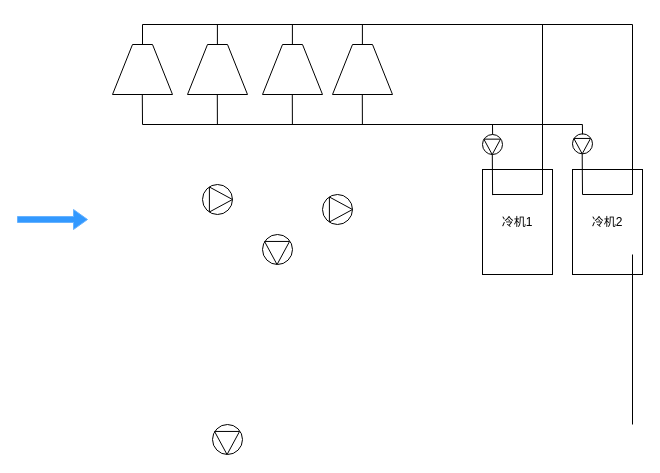
Szh619/test keeps this draw.io diagram as 未命名绘图.drawio. Above is the earlier version. Source tidied: cells renumbered, new cells numbered last; positions are measured from the earlier drawing's top-left corner, leaving out a move shared by most shapes. Both pictures are drawn from the tidied source at 100%, with x=0, y=0 at pixel (42, 24).
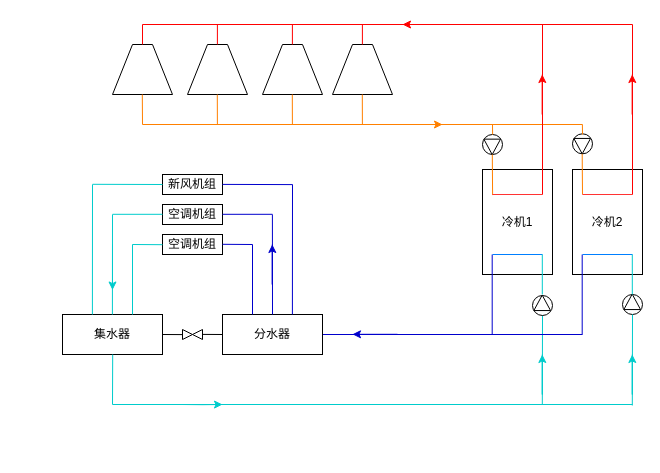
The same diagram, later.

Commit message:
更新未命名绘图.drawio

Unchanged cells that the change refers to:
```xml
<mxCell id="18" style="shape=trapezoid;perimeter=trapezoidPerimeter;whiteSpace=wrap;html=1;fixedSize=1;strokeColor=#000000;fillColor=#FFFFFF;" parent="1" vertex="1">
  <mxGeometry x="70" y="20" width="60" height="50" as="geometry" />
</mxCell>
<mxCell id="36" style="triangle;whiteSpace=wrap;html=1;strokeColor=#000000;fillColor=#FFFFFF;rotation=90;" parent="34" vertex="1">
  <mxGeometry x="2" y="4" width="15.4" height="16.7" as="geometry" />
</mxCell>
```

Diff of the diagram source:
```diff
@@
-    <mxCell id="2" style="shape=singleArrow;direction=north;whiteSpace=wrap;html=1;strokeColor=#66B2FF;fillColor=#3399FF;rotation=90;" parent="1" vertex="1">
-      <mxGeometry y="160" width="20" height="70" as="geometry" />
-    </mxCell>
-    <mxCell id="3" style="group;" parent="1" vertex="1">
-      <mxGeometry x="160" y="160" width="30" height="30" as="geometry" />
-    </mxCell>
-    <mxCell id="4" style="ellipse;whiteSpace=wrap;html=1;strokeColor=#000000;fillColor=#FFFFFF;" parent="3" vertex="1">
-      <mxGeometry width="30" height="30" as="geometry" />
-    </mxCell>
-    <mxCell id="5" style="triangle;whiteSpace=wrap;html=1;strokeColor=#000000;fillColor=#FFFFFF;" parent="3" vertex="1">
-      <mxGeometry x="6.9" y="2.5" width="23.1" height="25" as="geometry" />
-    </mxCell>
-    <mxCell id="6" style="group;" parent="1" vertex="1">
-      <mxGeometry x="280" y="170" width="30" height="30" as="geometry" />
-    </mxCell>
-    <mxCell id="7" style="ellipse;whiteSpace=wrap;html=1;strokeColor=#000000;fillColor=#FFFFFF;" parent="6" vertex="1">
-      <mxGeometry width="30" height="30" as="geometry" />
-    </mxCell>
-    <mxCell id="8" style="triangle;whiteSpace=wrap;html=1;strokeColor=#000000;fillColor=#FFFFFF;" parent="6" vertex="1">
-      <mxGeometry x="6.9" y="2.5" width="23.1" height="25" as="geometry" />
-    </mxCell>
+    <mxCell id="46" style="endArrow=none;html=1;rounded=0;strokeColor=#00CCCC;" parent="1" edge="1">
+      <mxGeometry relative="1" as="geometry">
+        <mxPoint x="500" y="290" as="sourcePoint" />
+        <mxPoint x="499.8" y="380" as="targetPoint" />
+      </mxGeometry>
+    </mxCell>
@@
-    <mxCell id="12" style="group;rotation=90;" parent="1" vertex="1">
-      <mxGeometry x="220" y="210" width="30" height="30" as="geometry" />
-    </mxCell>
-    <mxCell id="13" style="ellipse;whiteSpace=wrap;html=1;strokeColor=#000000;fillColor=#FFFFFF;rotation=90;" parent="12" vertex="1">
-      <mxGeometry width="30" height="30" as="geometry" />
-    </mxCell>
-    <mxCell id="14" style="triangle;whiteSpace=wrap;html=1;strokeColor=#000000;fillColor=#FFFFFF;rotation=90;" parent="12" vertex="1">
-      <mxGeometry x="3" y="6" width="23.1" height="25" as="geometry" />
-    </mxCell>
-    <mxCell id="15" style="group;rotation=90;" parent="1" vertex="1">
-      <mxGeometry x="170" y="400" width="30" height="30" as="geometry" />
-    </mxCell>
-    <mxCell id="16" style="ellipse;whiteSpace=wrap;html=1;strokeColor=#000000;fillColor=#FFFFFF;rotation=90;" parent="15" vertex="1">
-      <mxGeometry width="30" height="30" as="geometry" />
-    </mxCell>
-    <mxCell id="17" style="triangle;whiteSpace=wrap;html=1;strokeColor=#000000;fillColor=#FFFFFF;rotation=90;" parent="15" vertex="1">
-      <mxGeometry x="3" y="6" width="23.1" height="25" as="geometry" />
-    </mxCell>
@@
-    <mxCell id="22" style="endArrow=none;html=1;rounded=0;" parent="1" edge="1">
+    <mxCell id="22" style="endArrow=none;html=1;rounded=0;strokeColor=#FF0000;" parent="1" edge="1">
       <mxGeometry relative="1" as="geometry">
         <mxPoint x="100" as="sourcePoint" />
         <mxPoint x="590" as="targetPoint" />
       </mxGeometry>
     </mxCell>
-    <mxCell id="23" style="endArrow=none;html=1;rounded=0;" parent="1" edge="1">
+    <mxCell id="23" style="endArrow=none;html=1;rounded=0;strokeColor=#FF8000;" parent="1" edge="1">
       <mxGeometry relative="1" as="geometry">
         <mxPoint x="100" y="100" as="sourcePoint" />
         <mxPoint x="540" y="100" as="targetPoint" />
       </mxGeometry>
     </mxCell>
@@
-    <mxCell id="26" style="endArrow=none;html=1;rounded=0;exitX=0.5;exitY=0;exitDx=0;exitDy=0;" parent="1" edge="1" source="18">
+    <mxCell id="26" style="endArrow=none;html=1;rounded=0;exitX=0.5;exitY=0;exitDx=0;exitDy=0;strokeColor=#FF0000;" parent="1" edge="1" source="18">
       <mxGeometry relative="1" as="geometry">
         <mxPoint x="100" as="targetPoint" />
       </mxGeometry>
     </mxCell>
-    <mxCell id="27" style="endArrow=none;html=1;rounded=0;" parent="1" edge="1">
+    <mxCell id="27" style="endArrow=none;html=1;rounded=0;strokeColor=#FF8000;" parent="1" edge="1">
       <mxGeometry relative="1" as="geometry">
         <mxPoint x="100" y="100" as="sourcePoint" />
         <mxPoint x="99.8" y="70" as="targetPoint" />
       </mxGeometry>
     </mxCell>
-    <mxCell id="28" style="endArrow=none;html=1;rounded=0;exitX=0.5;exitY=0;exitDx=0;exitDy=0;" parent="1" edge="1">
+    <mxCell id="28" style="endArrow=none;html=1;rounded=0;exitX=0.5;exitY=0;exitDx=0;exitDy=0;strokeColor=#FF0000;" parent="1" edge="1">
       <mxGeometry relative="1" as="geometry">
         <mxPoint x="174.9" y="20" as="sourcePoint" />
         <mxPoint x="174.9" as="targetPoint" />
       </mxGeometry>
     </mxCell>
-    <mxCell id="29" style="endArrow=none;html=1;rounded=0;" parent="1" edge="1">
+    <mxCell id="29" style="endArrow=none;html=1;rounded=0;strokeColor=#FF8000;" parent="1" edge="1">
       <mxGeometry relative="1" as="geometry">
         <mxPoint x="174.9" y="100" as="sourcePoint" />
         <mxPoint x="174.8" y="70" as="targetPoint" />
       </mxGeometry>
     </mxCell>
-    <mxCell id="30" style="endArrow=none;html=1;rounded=0;exitX=0.5;exitY=0;exitDx=0;exitDy=0;" parent="1" edge="1">
+    <mxCell id="30" style="endArrow=none;html=1;rounded=0;exitX=0.5;exitY=0;exitDx=0;exitDy=0;strokeColor=#FF0000;" parent="1" edge="1">
       <mxGeometry relative="1" as="geometry">
         <mxPoint x="249.9" y="20" as="sourcePoint" />
         <mxPoint x="249.9" as="targetPoint" />
       </mxGeometry>
     </mxCell>
-    <mxCell id="31" style="endArrow=none;html=1;rounded=0;" parent="1" edge="1">
+    <mxCell id="31" style="endArrow=none;html=1;rounded=0;strokeColor=#FF8000;" parent="1" edge="1">
       <mxGeometry relative="1" as="geometry">
         <mxPoint x="249.9" y="100" as="sourcePoint" />
         <mxPoint x="249.8" y="70" as="targetPoint" />
       </mxGeometry>
     </mxCell>
-    <mxCell id="32" style="endArrow=none;html=1;rounded=0;exitX=0.5;exitY=0;exitDx=0;exitDy=0;" parent="1" edge="1">
+    <mxCell id="32" style="endArrow=none;html=1;rounded=0;exitX=0.5;exitY=0;exitDx=0;exitDy=0;strokeColor=#FF0000;" parent="1" edge="1">
       <mxGeometry relative="1" as="geometry">
         <mxPoint x="319.9" y="20" as="sourcePoint" />
         <mxPoint x="319.9" as="targetPoint" />
       </mxGeometry>
     </mxCell>
-    <mxCell id="33" style="endArrow=none;html=1;rounded=0;" parent="1" edge="1">
+    <mxCell id="33" style="endArrow=none;html=1;rounded=0;strokeColor=#FF8000;" parent="1" edge="1">
       <mxGeometry relative="1" as="geometry">
         <mxPoint x="319.9" y="100" as="sourcePoint" />
         <mxPoint x="319.8" y="70" as="targetPoint" />
       </mxGeometry>
     </mxCell>
@@
-    <mxCell id="37" style="endArrow=none;html=1;rounded=0;entryX=1;entryY=0.5;entryDx=0;entryDy=0;" parent="1" edge="1" target="36">
+    <mxCell id="37" style="endArrow=none;html=1;rounded=0;entryX=1;entryY=0.5;entryDx=0;entryDy=0;strokeColor=#FF8000;" parent="1" edge="1" target="36">
       <mxGeometry relative="1" as="geometry">
         <mxPoint x="540" y="170" as="sourcePoint" />
       </mxGeometry>
     </mxCell>
-    <mxCell id="38" style="endArrow=none;html=1;rounded=0;entryX=1;entryY=0.5;entryDx=0;entryDy=0;" parent="1" edge="1">
+    <mxCell id="38" style="endArrow=none;html=1;rounded=0;entryX=1;entryY=0.5;entryDx=0;entryDy=0;strokeColor=#FF8000;" parent="1" edge="1">
       <mxGeometry relative="1" as="geometry">
         <mxPoint x="450.1" y="170.6" as="sourcePoint" />
         <mxPoint x="449.8" y="130" as="targetPoint" />
       </mxGeometry>
     </mxCell>
-    <mxCell id="39" style="endArrow=none;html=1;rounded=0;" parent="1" edge="1">
+    <mxCell id="39" style="endArrow=none;html=1;rounded=0;strokeColor=#FF3333;" parent="1" edge="1">
       <mxGeometry relative="1" as="geometry">
         <mxPoint x="590" y="170" as="sourcePoint" />
         <mxPoint x="540" y="170" as="targetPoint" />
       </mxGeometry>
     </mxCell>
-    <mxCell id="40" style="endArrow=none;html=1;rounded=0;" parent="1" edge="1">
+    <mxCell id="40" style="endArrow=none;html=1;rounded=0;strokeColor=#FF3333;" parent="1" edge="1">
       <mxGeometry relative="1" as="geometry">
         <mxPoint x="500" y="170" as="sourcePoint" />
         <mxPoint x="450" y="170" as="targetPoint" />
       </mxGeometry>
     </mxCell>
-    <mxCell id="41" style="endArrow=none;html=1;rounded=0;" parent="1" edge="1">
+    <mxCell id="41" style="endArrow=none;html=1;rounded=0;strokeColor=#FF0000;" parent="1" edge="1">
       <mxGeometry relative="1" as="geometry">
         <mxPoint x="500" as="sourcePoint" />
         <mxPoint x="500" y="170" as="targetPoint" />
       </mxGeometry>
     </mxCell>
-    <mxCell id="42" style="endArrow=none;html=1;rounded=0;" parent="1" edge="1">
+    <mxCell id="42" style="endArrow=none;html=1;rounded=0;strokeColor=#FF0000;" parent="1" edge="1">
       <mxGeometry relative="1" as="geometry">
         <mxPoint x="590" as="sourcePoint" />
         <mxPoint x="590" y="170" as="targetPoint" />
       </mxGeometry>
     </mxCell>
-    <mxCell id="43" style="endArrow=none;html=1;rounded=0;" parent="1" edge="1">
+    <mxCell id="43" style="endArrow=none;html=1;rounded=0;strokeColor=#FF8000;" parent="1" edge="1">
       <mxGeometry relative="1" as="geometry">
         <mxPoint x="450.1" y="110" as="sourcePoint" />
         <mxPoint x="450" y="100" as="targetPoint" />
         <Array as="points">
           <mxPoint x="450.1" y="110" />
         </Array>
       </mxGeometry>
     </mxCell>
-    <mxCell id="44" style="endArrow=none;html=1;rounded=0;" parent="1" edge="1">
+    <mxCell id="44" style="endArrow=none;html=1;rounded=0;strokeColor=#FF8000;" parent="1" edge="1">
       <mxGeometry relative="1" as="geometry">
         <mxPoint x="540" y="110" as="sourcePoint" />
         <mxPoint x="539.9" y="100" as="targetPoint" />
         <Array as="points">
           <mxPoint x="540" y="110" />
         </Array>
       </mxGeometry>
     </mxCell>
-    <mxCell id="45" style="endArrow=none;html=1;rounded=0;" parent="1" edge="1">
-      <mxGeometry relative="1" as="geometry">
-        <mxPoint x="590" y="230" as="sourcePoint" />
-        <mxPoint x="590" y="400" as="targetPoint" />
-      </mxGeometry>
-    </mxCell>
+    <mxCell id="47" style="endArrow=none;html=1;rounded=0;strokeColor=#0000CC;" parent="1" edge="1">
+      <mxGeometry relative="1" as="geometry">
+        <mxPoint x="539.7" y="230" as="sourcePoint" />
+        <mxPoint x="539.7" y="310" as="targetPoint" />
+      </mxGeometry>
+    </mxCell>
+    <mxCell id="48" style="endArrow=none;html=1;rounded=0;strokeColor=#0000CC;" parent="1" edge="1">
+      <mxGeometry relative="1" as="geometry">
+        <mxPoint x="449.7" y="230" as="sourcePoint" />
+        <mxPoint x="449.7" y="310" as="targetPoint" />
+      </mxGeometry>
+    </mxCell>
+    <mxCell id="49" style="endArrow=none;html=1;rounded=0;strokeColor=#007FFF;" parent="1" edge="1">
+      <mxGeometry relative="1" as="geometry">
+        <mxPoint x="500" y="230" as="sourcePoint" />
+        <mxPoint x="450" y="230" as="targetPoint" />
+      </mxGeometry>
+    </mxCell>
+    <mxCell id="50" style="endArrow=none;html=1;rounded=0;strokeColor=#007FFF;" parent="1" edge="1">
+      <mxGeometry relative="1" as="geometry">
+        <mxPoint x="590" y="230" as="sourcePoint" />
+        <mxPoint x="540" y="230" as="targetPoint" />
+      </mxGeometry>
+    </mxCell>
+    <mxCell id="51" style="endArrow=none;html=1;rounded=0;strokeColor=#0000CC;" parent="1" edge="1">
+      <mxGeometry relative="1" as="geometry">
+        <mxPoint x="540" y="310" as="sourcePoint" />
+        <mxPoint x="280" y="310" as="targetPoint" />
+      </mxGeometry>
+    </mxCell>
+    <mxCell id="52" value="分水器" style="rounded=0;whiteSpace=wrap;html=1;" parent="1" vertex="1">
+      <mxGeometry x="180" y="290" width="100" height="40" as="geometry" />
+    </mxCell>
+    <mxCell id="53" value="集水器" style="rounded=0;whiteSpace=wrap;html=1;" parent="1" vertex="1">
+      <mxGeometry x="20" y="290" width="100" height="40" as="geometry" />
+    </mxCell>
+    <mxCell id="54" style="endArrow=none;html=1;rounded=0;strokeColor=#00CCCC;" parent="1" edge="1">
+      <mxGeometry relative="1" as="geometry">
+        <mxPoint x="590" y="380" as="sourcePoint" />
+        <mxPoint x="70" y="380" as="targetPoint" />
+      </mxGeometry>
+    </mxCell>
+    <mxCell id="55" style="endArrow=none;html=1;rounded=0;strokeColor=#00CCCC;" parent="1" edge="1">
+      <mxGeometry relative="1" as="geometry">
+        <mxPoint x="70.2" y="330" as="sourcePoint" />
+        <mxPoint x="70" y="380" as="targetPoint" />
+      </mxGeometry>
+    </mxCell>
+    <mxCell id="56" style="group;" parent="1" vertex="1">
+      <mxGeometry x="140" y="305" width="20" height="10" as="geometry" />
+    </mxCell>
+    <mxCell id="57" style="triangle;whiteSpace=wrap;html=1;" parent="56" vertex="1">
+      <mxGeometry width="10" height="10" as="geometry" />
+    </mxCell>
+    <mxCell id="58" style="triangle;whiteSpace=wrap;html=1;rotation=-180;" parent="56" vertex="1">
+      <mxGeometry x="10" width="10" height="10" as="geometry" />
+    </mxCell>
+    <mxCell id="59" style="endArrow=none;html=1;rounded=0;exitX=0;exitY=0.5;exitDx=0;exitDy=0;" parent="1" edge="1" source="52">
+      <mxGeometry relative="1" as="geometry">
+        <mxPoint x="160" y="309.9" as="targetPoint" />
+      </mxGeometry>
+    </mxCell>
+    <mxCell id="60" style="endArrow=none;html=1;rounded=0;exitX=0;exitY=0.5;exitDx=0;exitDy=0;entryX=1;entryY=0.5;entryDx=0;entryDy=0;" parent="1" edge="1" target="53">
+      <mxGeometry relative="1" as="geometry">
+        <mxPoint x="140" y="310.1" as="sourcePoint" />
+      </mxGeometry>
+    </mxCell>
+    <mxCell id="61" style="endArrow=none;html=1;rounded=0;strokeColor=#0000CC;" parent="1" edge="1">
+      <mxGeometry relative="1" as="geometry">
+        <mxPoint x="210" y="220" as="sourcePoint" />
+        <mxPoint x="210" y="290" as="targetPoint" />
+      </mxGeometry>
+    </mxCell>
+    <mxCell id="62" style="endArrow=none;html=1;rounded=0;entryX=0.5;entryY=0;entryDx=0;entryDy=0;strokeColor=#0000CC;" parent="1" edge="1" target="52">
+      <mxGeometry relative="1" as="geometry">
+        <mxPoint x="229.9" y="190" as="sourcePoint" />
+      </mxGeometry>
+    </mxCell>
+    <mxCell id="63" style="endArrow=none;html=1;rounded=0;strokeColor=#0000CC;" parent="1" edge="1">
+      <mxGeometry relative="1" as="geometry">
+        <mxPoint x="250" y="160" as="sourcePoint" />
+        <mxPoint x="249.9" y="290" as="targetPoint" />
+      </mxGeometry>
+    </mxCell>
+    <mxCell id="64" style="endArrow=none;html=1;rounded=0;strokeColor=#00CCCC;" parent="1" edge="1">
+      <mxGeometry relative="1" as="geometry">
+        <mxPoint x="50" y="160" as="sourcePoint" />
+        <mxPoint x="49.9" y="290" as="targetPoint" />
+      </mxGeometry>
+    </mxCell>
+    <mxCell id="65" style="endArrow=none;html=1;rounded=0;strokeColor=#00CCCC;" parent="1" edge="1">
+      <mxGeometry relative="1" as="geometry">
+        <mxPoint x="70" y="190" as="sourcePoint" />
+        <mxPoint x="69.9" y="290" as="targetPoint" />
+      </mxGeometry>
+    </mxCell>
+    <mxCell id="66" style="endArrow=none;html=1;rounded=0;strokeColor=#00CCCC;" parent="1" edge="1">
+      <mxGeometry relative="1" as="geometry">
+        <mxPoint x="90" y="220" as="sourcePoint" />
+        <mxPoint x="90" y="290" as="targetPoint" />
+      </mxGeometry>
+    </mxCell>
+    <mxCell id="67" value="空调机组" style="rounded=0;whiteSpace=wrap;html=1;" parent="1" vertex="1">
+      <mxGeometry x="120" y="210" width="60" height="20" as="geometry" />
+    </mxCell>
+    <mxCell id="68" value="新风机组" style="rounded=0;whiteSpace=wrap;html=1;" parent="1" vertex="1">
+      <mxGeometry x="120" y="150" width="60" height="20" as="geometry" />
+    </mxCell>
+    <mxCell id="69" value="空调机组" style="rounded=0;whiteSpace=wrap;html=1;" parent="1" vertex="1">
+      <mxGeometry x="120" y="180" width="60" height="20" as="geometry" />
+    </mxCell>
+    <mxCell id="70" style="endArrow=none;html=1;rounded=0;strokeColor=#0000CC;" parent="1" edge="1">
+      <mxGeometry relative="1" as="geometry">
+        <mxPoint x="230" y="189.8" as="sourcePoint" />
+        <mxPoint x="180" y="189.8" as="targetPoint" />
+      </mxGeometry>
+    </mxCell>
+    <mxCell id="71" style="endArrow=none;html=1;rounded=0;strokeColor=#00CCCC;" parent="1" edge="1">
+      <mxGeometry relative="1" as="geometry">
+        <mxPoint x="120" y="189.8" as="sourcePoint" />
+        <mxPoint x="70" y="189.8" as="targetPoint" />
+      </mxGeometry>
+    </mxCell>
+    <mxCell id="72" style="endArrow=none;html=1;rounded=0;strokeColor=#0000CC;" parent="1" edge="1">
+      <mxGeometry relative="1" as="geometry">
+        <mxPoint x="210" y="220" as="sourcePoint" />
+        <mxPoint x="180" y="219.8" as="targetPoint" />
+      </mxGeometry>
+    </mxCell>
+    <mxCell id="73" style="endArrow=none;html=1;rounded=0;strokeColor=#00CCCC;" parent="1" edge="1">
+      <mxGeometry relative="1" as="geometry">
+        <mxPoint x="120" y="220.2" as="sourcePoint" />
+        <mxPoint x="90" y="220" as="targetPoint" />
+      </mxGeometry>
+    </mxCell>
+    <mxCell id="74" style="endArrow=none;html=1;rounded=0;strokeColor=#00CCCC;" parent="1" edge="1">
+      <mxGeometry relative="1" as="geometry">
+        <mxPoint x="120" y="160" as="sourcePoint" />
+        <mxPoint x="50" y="159.8" as="targetPoint" />
+      </mxGeometry>
+    </mxCell>
+    <mxCell id="75" style="endArrow=none;html=1;rounded=0;strokeColor=#0000CC;" parent="1" edge="1">
+      <mxGeometry relative="1" as="geometry">
+        <mxPoint x="250" y="160.1" as="sourcePoint" />
+        <mxPoint x="180" y="159.9" as="targetPoint" />
+      </mxGeometry>
+    </mxCell>
+    <mxCell id="76" style="group;rotation=-90;" parent="1" vertex="1">
+      <mxGeometry x="490" y="271" width="20" height="20" as="geometry" />
+    </mxCell>
+    <mxCell id="77" style="ellipse;whiteSpace=wrap;html=1;strokeColor=#000000;fillColor=#FFFFFF;rotation=-90;" parent="76" vertex="1">
+      <mxGeometry width="20" height="20" as="geometry" />
+    </mxCell>
+    <mxCell id="78" style="triangle;whiteSpace=wrap;html=1;strokeColor=#000000;fillColor=#FFFFFF;rotation=-90;" parent="76" vertex="1">
+      <mxGeometry x="2" y="-1" width="15.4" height="16.7" as="geometry" />
+    </mxCell>
+    <mxCell id="79" style="group;rotation=-90;" parent="1" vertex="1">
+      <mxGeometry x="580" y="270" width="20" height="20" as="geometry" />
+    </mxCell>
+    <mxCell id="80" style="ellipse;whiteSpace=wrap;html=1;strokeColor=#000000;fillColor=#FFFFFF;rotation=-90;" parent="79" vertex="1">
+      <mxGeometry width="20" height="20" as="geometry" />
+    </mxCell>
+    <mxCell id="81" style="triangle;whiteSpace=wrap;html=1;strokeColor=#000000;fillColor=#FFFFFF;rotation=-90;" parent="79" vertex="1">
+      <mxGeometry x="2" y="-1" width="15.4" height="16.7" as="geometry" />
+    </mxCell>
+    <mxCell id="82" style="endArrow=none;html=1;rounded=0;strokeColor=#00CCCC;" parent="1" edge="1">
+      <mxGeometry relative="1" as="geometry">
+        <mxPoint x="499.8" y="230" as="sourcePoint" />
+        <mxPoint x="499.8" y="270" as="targetPoint" />
+      </mxGeometry>
+    </mxCell>
+    <mxCell id="83" style="endArrow=none;html=1;rounded=0;strokeColor=#00CCCC;" parent="1" edge="1">
+      <mxGeometry relative="1" as="geometry">
+        <mxPoint x="589.8" y="230" as="sourcePoint" />
+        <mxPoint x="589.8" y="270" as="targetPoint" />
+      </mxGeometry>
+    </mxCell>
+    <mxCell id="84" style="endArrow=none;html=1;rounded=0;strokeColor=#00CCCC;" parent="1" edge="1">
+      <mxGeometry relative="1" as="geometry">
+        <mxPoint x="590" y="290" as="sourcePoint" />
+        <mxPoint x="589.8" y="381" as="targetPoint" />
+      </mxGeometry>
+    </mxCell>
+    <mxCell id="85" style="endArrow=classic;html=1;rounded=0;strokeColor=#FF0000;" parent="1" edge="1">
+      <mxGeometry relative="1" as="geometry">
+        <mxPoint x="405" as="sourcePoint" />
+        <mxPoint x="360" as="targetPoint" />
+      </mxGeometry>
+    </mxCell>
+    <mxCell id="86" style="endArrow=classic;html=1;rounded=0;strokeColor=#FF8000;" parent="1" edge="1">
+      <mxGeometry relative="1" as="geometry">
+        <mxPoint x="360" y="100" as="sourcePoint" />
+        <mxPoint x="400" y="100" as="targetPoint" />
+      </mxGeometry>
+    </mxCell>
+    <mxCell id="87" style="endArrow=classic;html=1;rounded=0;strokeColor=#00CCCC;" parent="1" edge="1">
+      <mxGeometry relative="1" as="geometry">
+        <mxPoint x="499.8" y="330" as="sourcePoint" />
+        <mxPoint x="499.8" y="330" as="targetPoint" />
+        <Array as="points">
+          <mxPoint x="499.8" y="370" />
+        </Array>
+      </mxGeometry>
+    </mxCell>
+    <mxCell id="88" style="endArrow=classic;html=1;rounded=0;strokeColor=#00CCCC;" parent="1" edge="1">
+      <mxGeometry relative="1" as="geometry">
+        <mxPoint x="589.8" y="330" as="sourcePoint" />
+        <mxPoint x="589.8" y="330" as="targetPoint" />
+        <Array as="points">
+          <mxPoint x="589.8" y="370" />
+        </Array>
+      </mxGeometry>
+    </mxCell>
+    <mxCell id="89" style="endArrow=classic;html=1;rounded=0;strokeColor=#0000CC;" parent="1" edge="1">
+      <mxGeometry relative="1" as="geometry">
+        <mxPoint x="355" y="309.8" as="sourcePoint" />
+        <mxPoint x="310" y="309.8" as="targetPoint" />
+      </mxGeometry>
+    </mxCell>
+    <mxCell id="90" style="endArrow=classic;html=1;rounded=0;strokeColor=#00CCCC;" parent="1" edge="1">
+      <mxGeometry relative="1" as="geometry">
+        <mxPoint x="140" y="380" as="sourcePoint" />
+        <mxPoint x="180" y="380" as="targetPoint" />
+        <Array as="points">
+          <mxPoint x="160" y="380.2" />
+        </Array>
+      </mxGeometry>
+    </mxCell>
+    <mxCell id="91" style="endArrow=classic;html=1;rounded=0;strokeColor=#0000CC;" parent="1" edge="1">
+      <mxGeometry relative="1" as="geometry">
+        <mxPoint x="229.8" y="220" as="sourcePoint" />
+        <mxPoint x="229.8" y="220" as="targetPoint" />
+        <Array as="points">
+          <mxPoint x="229.8" y="260" />
+        </Array>
+      </mxGeometry>
+    </mxCell>
+    <mxCell id="92" style="endArrow=classic;html=1;rounded=0;strokeColor=#00CCCC;" parent="1" edge="1">
+      <mxGeometry relative="1" as="geometry">
+        <mxPoint x="70" y="225.5" as="sourcePoint" />
+        <mxPoint x="70" y="265.5" as="targetPoint" />
+        <Array as="points">
+          <mxPoint x="70" y="220" />
+        </Array>
+      </mxGeometry>
+    </mxCell>
+    <mxCell id="93" style="endArrow=classic;html=1;rounded=0;strokeColor=#FF0000;" parent="1" edge="1">
+      <mxGeometry relative="1" as="geometry">
+        <mxPoint x="499.8" y="50" as="sourcePoint" />
+        <mxPoint x="499.8" y="50" as="targetPoint" />
+        <Array as="points">
+          <mxPoint x="499.8" y="90" />
+        </Array>
+      </mxGeometry>
+    </mxCell>
+    <mxCell id="94" style="endArrow=classic;html=1;rounded=0;strokeColor=#FF0000;" parent="1" edge="1">
+      <mxGeometry relative="1" as="geometry">
+        <mxPoint x="589.8" y="50" as="sourcePoint" />
+        <mxPoint x="589.8" y="50" as="targetPoint" />
+        <Array as="points">
+          <mxPoint x="589.8" y="90" />
+        </Array>
+      </mxGeometry>
+    </mxCell>
```
